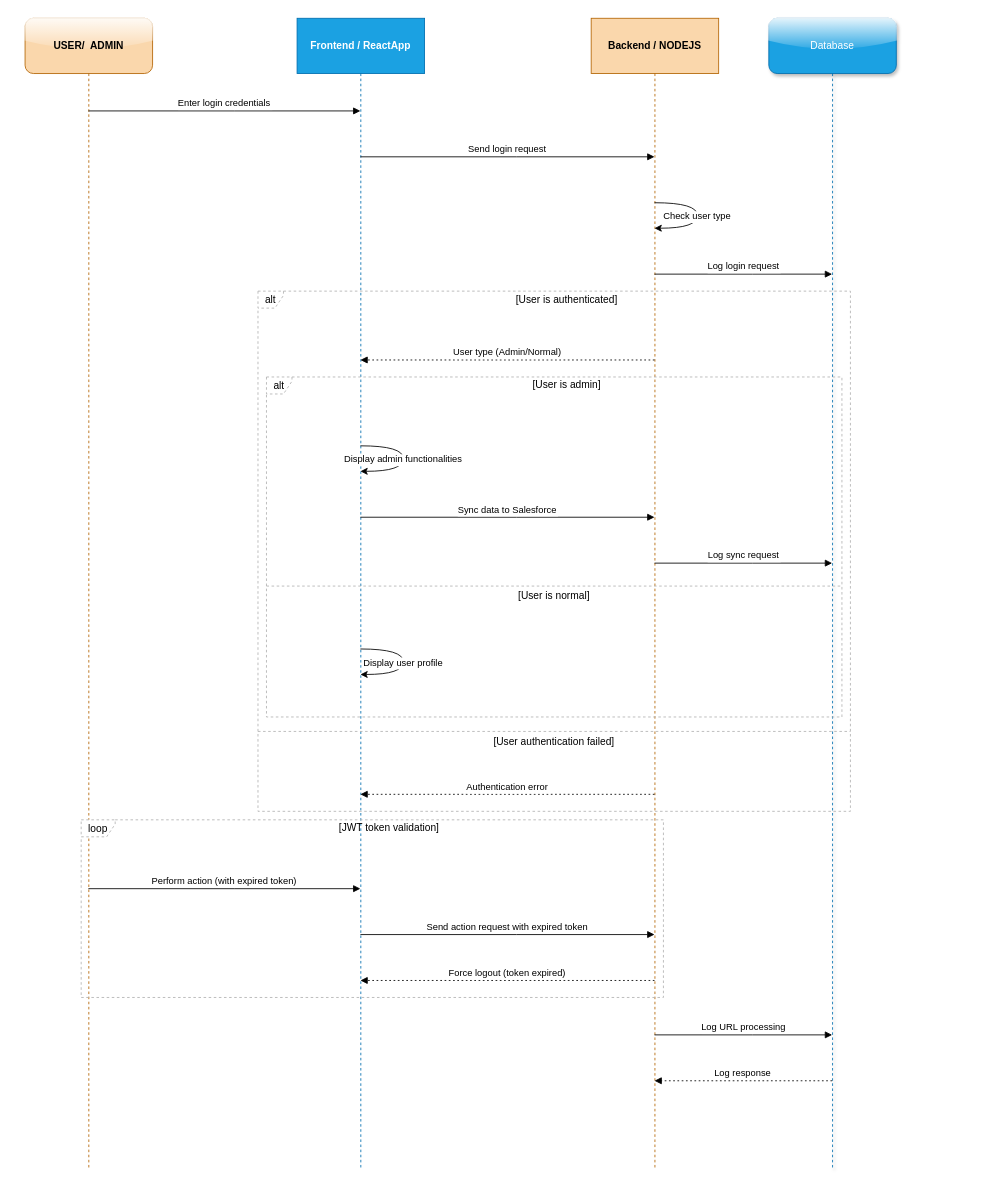
This is Sahaj.drawio from gauravsfdcdev/Test-branch, a draw.io file, before an edit. Source tidied: cells renumbered, new cells numbered last; positions are measured from the earlier drawing's top-left corner, leaving out a move shared by most shapes. Both pictures are drawn from the tidied source at 85%, with x=0, y=0 at pixel (25, 18).
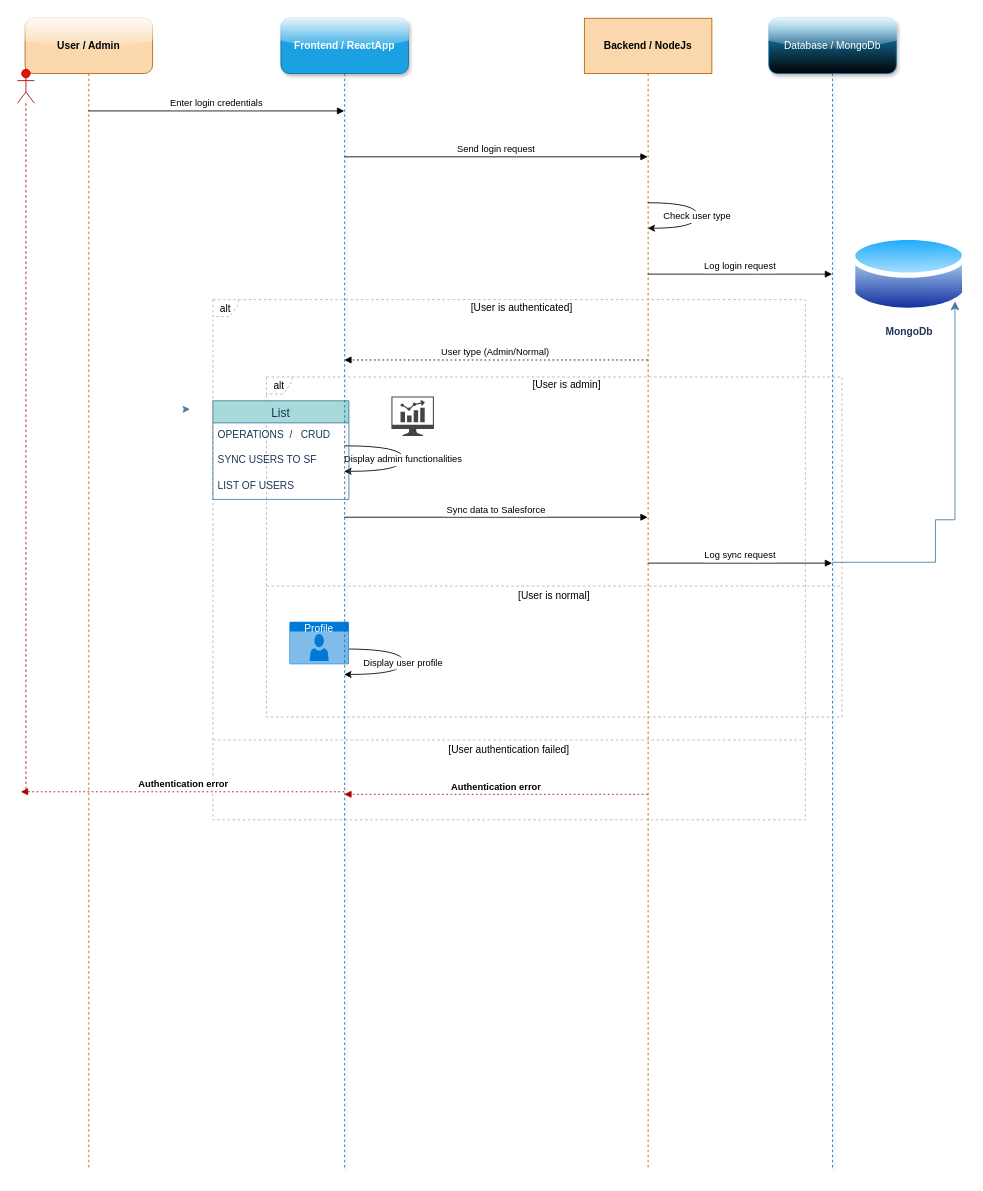
After the change.

What changed in the source:
```diff
@@
-    <mxCell id="2" value="USER/  ADMIN" style="shape=umlLifeline;perimeter=lifelinePerimeter;whiteSpace=wrap;outlineConnect=0;portConstraint=eastwest;newEdgeStyle={&quot;edgeStyle&quot;:&quot;elbowEdgeStyle&quot;,&quot;elbow&quot;:&quot;vertical&quot;,&quot;curved&quot;:0,&quot;rounded&quot;:0};size=65;fontStyle=1;fillColor=#fad7ac;strokeColor=#b46504;rounded=1;glass=1;" parent="1" vertex="1">
+    <mxCell id="2" value="User / Admin" style="shape=umlLifeline;perimeter=lifelinePerimeter;whiteSpace=wrap;outlineConnect=0;portConstraint=eastwest;newEdgeStyle={&quot;edgeStyle&quot;:&quot;elbowEdgeStyle&quot;,&quot;elbow&quot;:&quot;vertical&quot;,&quot;curved&quot;:0,&quot;rounded&quot;:0};size=65;fontStyle=1;fillColor=#fad7ac;strokeColor=#b46504;rounded=1;glass=1;" parent="1" vertex="1">
       <mxGeometry width="150" height="1355" as="geometry" />
     </mxCell>
-    <mxCell id="3" value="Frontend / ReactApp" style="shape=umlLifeline;perimeter=lifelinePerimeter;whiteSpace=wrap;outlineConnect=0;portConstraint=eastwest;newEdgeStyle={&quot;edgeStyle&quot;:&quot;elbowEdgeStyle&quot;,&quot;elbow&quot;:&quot;vertical&quot;,&quot;curved&quot;:0,&quot;rounded&quot;:0};size=65;fontStyle=1;fillColor=#1ba1e2;fontColor=#ffffff;strokeColor=#006EAF;gradientColor=none;" parent="1" vertex="1">
-      <mxGeometry x="320" width="150" height="1355" as="geometry" />
-    </mxCell>
-    <mxCell id="4" value="Backend / NODEJS" style="shape=umlLifeline;perimeter=lifelinePerimeter;whiteSpace=wrap;outlineConnect=0;portConstraint=eastwest;newEdgeStyle={&quot;edgeStyle&quot;:&quot;elbowEdgeStyle&quot;,&quot;elbow&quot;:&quot;vertical&quot;,&quot;curved&quot;:0,&quot;rounded&quot;:0};size=65;fontStyle=1;fillColor=#fad7ac;strokeColor=#b46504;" parent="1" vertex="1">
-      <mxGeometry x="666" width="150" height="1355" as="geometry" />
+    <mxCell id="4" value="Backend / NodeJs" style="shape=umlLifeline;perimeter=lifelinePerimeter;whiteSpace=wrap;outlineConnect=0;portConstraint=eastwest;newEdgeStyle={&quot;edgeStyle&quot;:&quot;elbowEdgeStyle&quot;,&quot;elbow&quot;:&quot;vertical&quot;,&quot;curved&quot;:0,&quot;rounded&quot;:0};size=65;fontStyle=1;fillColor=#fad7ac;strokeColor=#b46504;" parent="1" vertex="1">
+      <mxGeometry x="658" width="150" height="1355" as="geometry" />
     </mxCell>
-    <mxCell id="5" value="Database" style="shape=umlLifeline;perimeter=lifelinePerimeter;whiteSpace=wrap;outlineConnect=0;portConstraint=eastwest;newEdgeStyle={&quot;edgeStyle&quot;:&quot;elbowEdgeStyle&quot;,&quot;elbow&quot;:&quot;vertical&quot;,&quot;curved&quot;:0,&quot;rounded&quot;:0};size=65;fillColor=#1ba1e2;fontColor=#ffffff;strokeColor=#006EAF;rounded=1;glass=1;shadow=1;" parent="1" vertex="1">
+    <mxCell id="5" value="Database / MongoDb" style="shape=umlLifeline;perimeter=lifelinePerimeter;whiteSpace=wrap;outlineConnect=0;portConstraint=eastwest;newEdgeStyle={&quot;edgeStyle&quot;:&quot;elbowEdgeStyle&quot;,&quot;elbow&quot;:&quot;vertical&quot;,&quot;curved&quot;:0,&quot;rounded&quot;:0};size=65;fillColor=#1ba1e2;fontColor=#ffffff;strokeColor=#006EAF;rounded=1;glass=1;shadow=1;gradientColor=default;" parent="1" vertex="1">
       <mxGeometry x="875" width="150" height="1355" as="geometry" />
     </mxCell>
@@
     <mxCell id="9" value="alt" style="shape=umlFrame;dashed=1;strokeColor=#B3B3B3;height=20;width=30;" parent="1" vertex="1">
-      <mxGeometry x="274" y="321" width="697" height="612" as="geometry" />
+      <mxGeometry x="221" y="331" width="697" height="612" as="geometry" />
     </mxCell>
@@
-    <mxCell id="12" value="loop" style="shape=umlFrame;dashed=1;strokeColor=#B3B3B3;height=20;width=40;" parent="1" vertex="1">
-      <mxGeometry x="66" y="943" width="685" height="209" as="geometry" />
-    </mxCell>
-    <mxCell id="13" value="[JWT token validation]" style="text;strokeColor=none;fillColor=none;align=center;verticalAlign=middle;whiteSpace=wrap;" parent="12" vertex="1">
-      <mxGeometry x="40" width="645" height="20" as="geometry" />
-    </mxCell>
@@
-    <mxCell id="23" value="Authentication error" style="verticalAlign=bottom;endArrow=block;edgeStyle=elbowEdgeStyle;elbow=vertical;curved=0;rounded=0;dashed=1;dashPattern=2 3;" parent="1" edge="1" source="4" target="3">
+    <mxCell id="23" value="Authentication error" style="verticalAlign=bottom;endArrow=block;edgeStyle=elbowEdgeStyle;elbow=vertical;curved=0;rounded=0;dashed=1;dashPattern=2 3;fontStyle=1;fillColor=#e51400;strokeColor=#B20000;html=1;" parent="1" edge="1" source="4" target="3">
       <mxGeometry relative="1" as="geometry">
         <Array as="points">
           <mxPoint x="578" y="913" />
         </Array>
       </mxGeometry>
     </mxCell>
-    <mxCell id="24" value="Perform action (with expired token)" style="verticalAlign=bottom;endArrow=block;edgeStyle=elbowEdgeStyle;elbow=vertical;curved=0;rounded=0;" parent="1" edge="1" source="2" target="3">
-      <mxGeometry relative="1" as="geometry">
-        <Array as="points">
-          <mxPoint x="246" y="1024" />
-        </Array>
-      </mxGeometry>
-    </mxCell>
-    <mxCell id="25" value="Send action request with expired token" style="verticalAlign=bottom;endArrow=block;edgeStyle=elbowEdgeStyle;elbow=vertical;curved=0;rounded=0;" parent="1" edge="1" source="3" target="4">
-      <mxGeometry relative="1" as="geometry">
-        <Array as="points">
-          <mxPoint x="578" y="1078" />
-        </Array>
-      </mxGeometry>
-    </mxCell>
-    <mxCell id="26" value="Force logout (token expired)" style="verticalAlign=bottom;endArrow=block;edgeStyle=elbowEdgeStyle;elbow=vertical;curved=0;rounded=0;dashed=1;dashPattern=2 3;" parent="1" edge="1" source="4" target="3">
-      <mxGeometry relative="1" as="geometry">
-        <Array as="points">
-          <mxPoint x="578" y="1132" />
-        </Array>
-      </mxGeometry>
-    </mxCell>
-    <mxCell id="27" value="Log URL processing" style="verticalAlign=bottom;endArrow=block;edgeStyle=elbowEdgeStyle;elbow=vertical;curved=0;rounded=0;" parent="1" edge="1" source="4" target="5">
-      <mxGeometry relative="1" as="geometry">
-        <Array as="points">
-          <mxPoint x="856" y="1196" />
-        </Array>
-      </mxGeometry>
-    </mxCell>
-    <mxCell id="28" value="Log response" style="verticalAlign=bottom;endArrow=block;edgeStyle=elbowEdgeStyle;elbow=vertical;curved=0;rounded=0;dashed=1;dashPattern=2 3;" parent="1" edge="1" source="5" target="4">
-      <mxGeometry relative="1" as="geometry">
-        <Array as="points">
-          <mxPoint x="856" y="1250" />
-        </Array>
-      </mxGeometry>
-    </mxCell>
+    <mxCell id="29" value="List" style="swimlane;fontStyle=0;horizontal=1;startSize=26;align=center;fontSize=14;strokeColor=#457B9D;fontColor=#1D3557;fillColor=#A8DADC;" parent="1" vertex="1">
+      <mxGeometry x="221" y="450" width="160" height="116" as="geometry" />
+    </mxCell>
+    <mxCell id="30" value="OPERATIONS&amp;nbsp; /&amp;nbsp; &amp;nbsp;CRUD" style="text;strokeColor=none;fillColor=none;spacingLeft=4;spacingRight=4;overflow=hidden;fontSize=12;whiteSpace=wrap;html=1;fontColor=#1D3557;" parent="29" vertex="1">
+      <mxGeometry y="26" width="160" height="30" as="geometry" />
+    </mxCell>
+    <mxCell id="31" value="SYNC USERS TO SF" style="text;strokeColor=none;fillColor=none;spacingLeft=4;spacingRight=4;overflow=hidden;fontSize=12;whiteSpace=wrap;html=1;fontColor=#1D3557;" parent="29" vertex="1">
+      <mxGeometry y="56" width="160" height="30" as="geometry" />
+    </mxCell>
+    <mxCell id="32" value="LIST OF USERS&amp;nbsp;" style="text;strokeColor=none;fillColor=none;spacingLeft=4;spacingRight=4;overflow=hidden;fontSize=12;whiteSpace=wrap;html=1;fontColor=#1D3557;" parent="29" vertex="1">
+      <mxGeometry y="86" width="160" height="30" as="geometry" />
+    </mxCell>
+    <mxCell id="33" value="Profile" style="html=1;whiteSpace=wrap;strokeColor=none;fillColor=#0079D6;labelPosition=center;verticalLabelPosition=middle;verticalAlign=top;align=center;fontSize=12;spacingTop=-6;fontColor=#FFFFFF;sketch=0;shape=mxgraph.sitemap.profile;" parent="1" vertex="1">
+      <mxGeometry x="311" y="710" width="70" height="50" as="geometry" />
+    </mxCell>
+    <mxCell id="3" value="Frontend / ReactApp" style="shape=umlLifeline;perimeter=lifelinePerimeter;whiteSpace=wrap;outlineConnect=0;portConstraint=eastwest;newEdgeStyle={&quot;edgeStyle&quot;:&quot;elbowEdgeStyle&quot;,&quot;elbow&quot;:&quot;vertical&quot;,&quot;curved&quot;:0,&quot;rounded&quot;:0};size=65;fontStyle=1;fillColor=#1ba1e2;fontColor=#ffffff;strokeColor=#006EAF;gradientColor=none;rounded=1;glass=1;shadow=1;" parent="1" vertex="1">
+      <mxGeometry x="301" width="150" height="1355" as="geometry" />
+    </mxCell>
+    <mxCell id="34" value="Authentication error" style="verticalAlign=bottom;endArrow=block;edgeStyle=elbowEdgeStyle;elbow=vertical;curved=0;rounded=0;dashed=1;dashPattern=2 3;fontStyle=1;fillColor=#e51400;strokeColor=#B20000;html=1;" parent="1" edge="1" source="3">
+      <mxGeometry relative="1" as="geometry">
+        <mxPoint x="-5" y="910" as="targetPoint" />
+        <Array as="points">
+          <mxPoint x="178" y="910" />
+        </Array>
+      </mxGeometry>
+    </mxCell>
+    <mxCell id="35" style="shape=umlLifeline;perimeter=lifelinePerimeter;whiteSpace=wrap;html=1;newEdgeStyle={&quot;curved&quot;:0,&quot;rounded&quot;:0};participant=umlActor;strokeColor=#B20000;fontColor=#ffffff;fillColor=#e51400;" parent="1" vertex="1">
+      <mxGeometry x="-9" y="60" width="20" height="850" as="geometry" />
+    </mxCell>
+    <mxCell id="36" style="edgeStyle=orthogonalEdgeStyle;rounded=0;orthogonalLoop=1;jettySize=auto;html=1;exitX=0.5;exitY=0;exitDx=0;exitDy=0;exitPerimeter=0;entryX=0.66;entryY=0;entryDx=0;entryDy=0;entryPerimeter=0;strokeColor=#457B9D;fontColor=#1D3557;fillColor=#A8DADC;" parent="1" edge="1">
+      <mxGeometry relative="1" as="geometry">
+        <mxPoint x="186" y="460" as="sourcePoint" />
+        <mxPoint x="194" y="460" as="targetPoint" />
+      </mxGeometry>
+    </mxCell>
+    <mxCell id="37" value="&lt;b&gt;MongoDb&lt;/b&gt;" style="image;perimeter=ellipsePerimeter;html=1;align=center;shadow=0;dashed=0;spacingTop=3;image=img/lib/active_directory/database.svg;strokeColor=#457B9D;fontColor=#1D3557;fillColor=#A8DADC;" parent="1" vertex="1">
+      <mxGeometry x="971" y="250" width="138.1" height="102.2" as="geometry" />
+    </mxCell>
+    <mxCell id="38" style="sketch=0;shadow=0;dashed=0;html=1;strokeColor=none;fillColor=#434445;labelPosition=center;verticalLabelPosition=bottom;verticalAlign=top;align=center;shape=mxgraph.vvd.nsx_dashboard;fontColor=#1D3557;" parent="1" vertex="1">
+      <mxGeometry x="431" y="445" width="50" height="46.5" as="geometry" />
+    </mxCell>
+    <mxCell id="39" style="edgeStyle=segmentEdgeStyle;endArrow=classic;html=1;curved=0;rounded=0;endSize=8;startSize=8;strokeColor=#457B9D;fontColor=#1D3557;fillColor=#A8DADC;" parent="1" edge="1" target="37">
+      <mxGeometry relative="1" as="geometry">
+        <mxPoint x="949.5" y="640" as="sourcePoint" />
+        <Array as="points">
+          <mxPoint x="1071" y="640" />
+          <mxPoint x="1071" y="590" />
+          <mxPoint x="1094" y="590" />
+        </Array>
+      </mxGeometry>
+    </mxCell>
```
